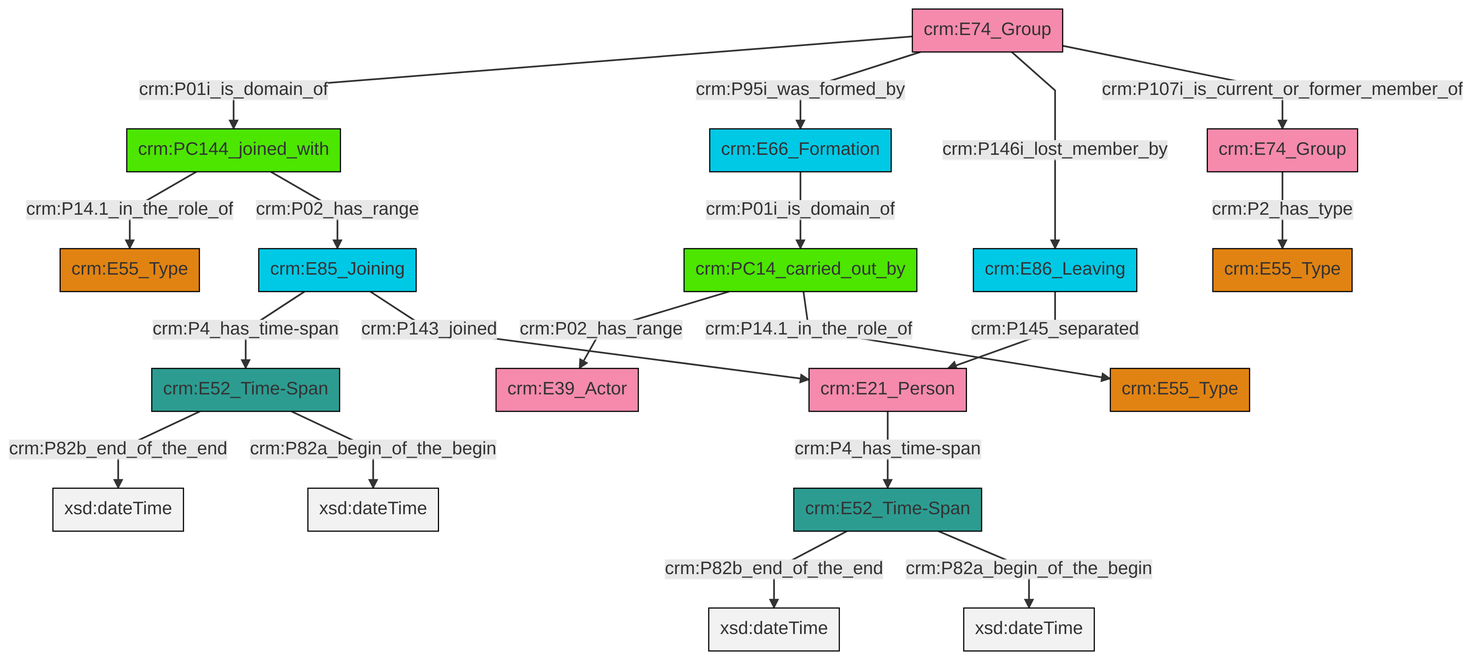
Earlier version of the Mermaid export et/groupCSV/ttl/mmd/png/group_actor_relations.png (swiss-art-research-net/reference-data-models). Its source is kept beside it as et/groupCSV/ttl/mmd/group_actor_relations.ttl.mmd.
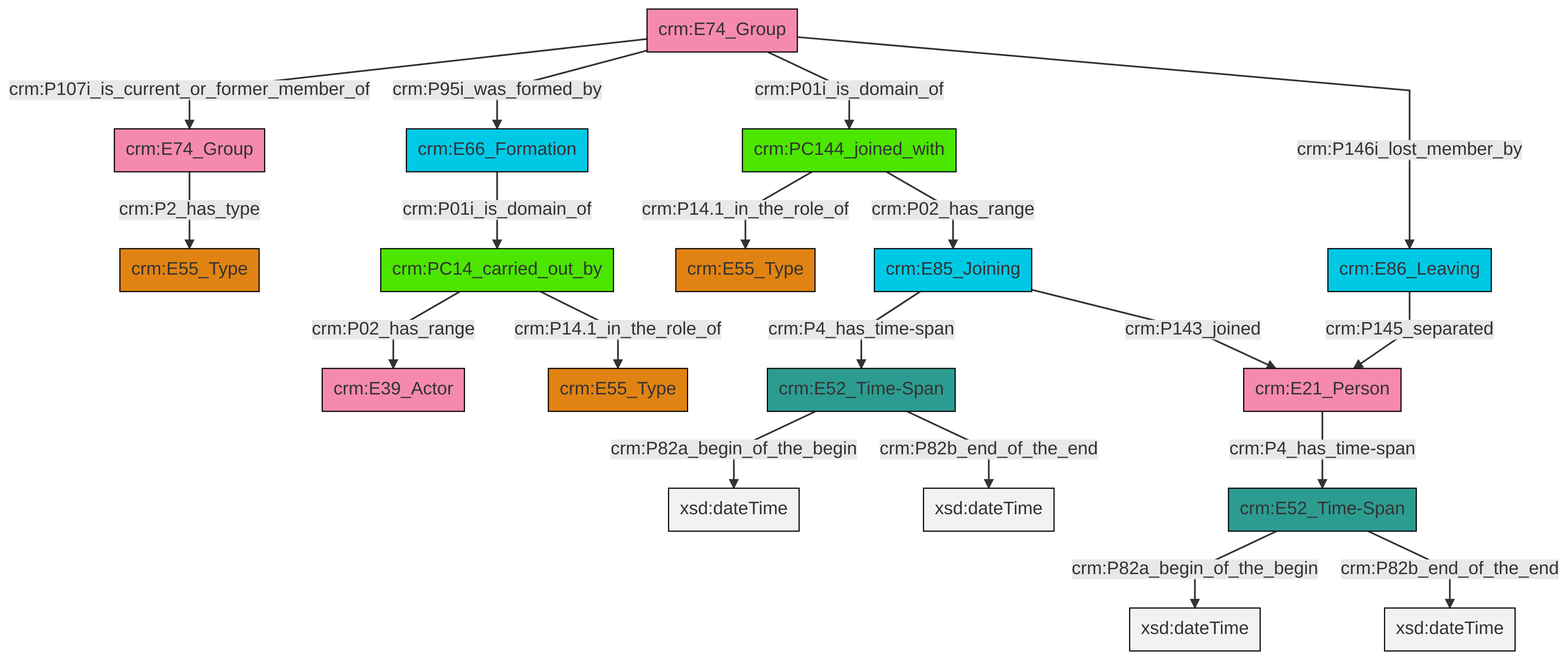
After the commit.

Diff of the diagram source:
```diff
@@ -13,21 +13,21 @@
 classDef PC_Classes fill:#4ce600, stroke:#000000;
 classDef Multi fill:#cccccc,stroke:#000000;
 
-0["crm:E86_Leaving"]:::Temporal_Entity -->|crm:P145_separated| 1["crm:E21_Person"]:::Actor
-3["crm:E85_Joining"]:::Temporal_Entity -->|crm:P4_has_time-span| 4["crm:E52_Time-Span"]:::Time-Span
-4["crm:E52_Time-Span"]:::Time-Span -->|crm:P82b_end_of_the_end| 5[xsd:dateTime]:::Literal
-6["crm:E74_Group"]:::Actor -->|crm:P01i_is_domain_of| 7["crm:PC144_joined_with"]:::PC_Classes
-3["crm:E85_Joining"]:::Temporal_Entity -->|crm:P143_joined| 1["crm:E21_Person"]:::Actor
-8["crm:E74_Group"]:::Actor -->|crm:P2_has_type| 9["crm:E55_Type"]:::Type
-12["crm:E66_Formation"]:::Temporal_Entity -->|crm:P01i_is_domain_of| 13["crm:PC14_carried_out_by"]:::PC_Classes
-7["crm:PC144_joined_with"]:::PC_Classes -->|crm:P14.1_in_the_role_of| 15["crm:E55_Type"]:::Type
-13["crm:PC14_carried_out_by"]:::PC_Classes -->|crm:P02_has_range| 16["crm:E39_Actor"]:::Actor
-13["crm:PC14_carried_out_by"]:::PC_Classes -->|crm:P14.1_in_the_role_of| 10["crm:E55_Type"]:::Type
-24["crm:E52_Time-Span"]:::Time-Span -->|crm:P82b_end_of_the_end| 25[xsd:dateTime]:::Literal
-6["crm:E74_Group"]:::Actor -->|crm:P95i_was_formed_by| 12["crm:E66_Formation"]:::Temporal_Entity
-6["crm:E74_Group"]:::Actor -->|crm:P146i_lost_member_by| 0["crm:E86_Leaving"]:::Temporal_Entity
-6["crm:E74_Group"]:::Actor -->|crm:P107i_is_current_or_former_member_of| 8["crm:E74_Group"]:::Actor
-4["crm:E52_Time-Span"]:::Time-Span -->|crm:P82a_begin_of_the_begin| 30[xsd:dateTime]:::Literal
-24["crm:E52_Time-Span"]:::Time-Span -->|crm:P82a_begin_of_the_begin| 31[xsd:dateTime]:::Literal
-7["crm:PC144_joined_with"]:::PC_Classes -->|crm:P02_has_range| 3["crm:E85_Joining"]:::Temporal_Entity
-1["crm:E21_Person"]:::Actor -->|crm:P4_has_time-span| 24["crm:E52_Time-Span"]:::Time-Span
+2["crm:E52_Time-Span"]:::Time-Span -->|crm:P82a_begin_of_the_begin| 3[xsd:dateTime]:::Literal
+4["crm:E66_Formation"]:::Temporal_Entity -->|crm:P01i_is_domain_of| 5["crm:PC14_carried_out_by"]:::PC_Classes
+10["crm:E85_Joining"]:::Temporal_Entity -->|crm:P4_has_time-span| 2["crm:E52_Time-Span"]:::Time-Span
+13["crm:E74_Group"]:::Actor -->|crm:P2_has_type| 0["crm:E55_Type"]:::Type
+6["crm:E21_Person"]:::Actor -->|crm:P4_has_time-span| 21["crm:E52_Time-Span"]:::Time-Span
+22["crm:E74_Group"]:::Actor -->|crm:P107i_is_current_or_former_member_of| 13["crm:E74_Group"]:::Actor
+22["crm:E74_Group"]:::Actor -->|crm:P95i_was_formed_by| 4["crm:E66_Formation"]:::Temporal_Entity
+21["crm:E52_Time-Span"]:::Time-Span -->|crm:P82a_begin_of_the_begin| 24[xsd:dateTime]:::Literal
+17["crm:PC144_joined_with"]:::PC_Classes -->|crm:P14.1_in_the_role_of| 14["crm:E55_Type"]:::Type
+22["crm:E74_Group"]:::Actor -->|crm:P01i_is_domain_of| 17["crm:PC144_joined_with"]:::PC_Classes
+17["crm:PC144_joined_with"]:::PC_Classes -->|crm:P02_has_range| 10["crm:E85_Joining"]:::Temporal_Entity
+21["crm:E52_Time-Span"]:::Time-Span -->|crm:P82b_end_of_the_end| 31[xsd:dateTime]:::Literal
+10["crm:E85_Joining"]:::Temporal_Entity -->|crm:P143_joined| 6["crm:E21_Person"]:::Actor
+26["crm:E86_Leaving"]:::Temporal_Entity -->|crm:P145_separated| 6["crm:E21_Person"]:::Actor
+2["crm:E52_Time-Span"]:::Time-Span -->|crm:P82b_end_of_the_end| 32[xsd:dateTime]:::Literal
+5["crm:PC14_carried_out_by"]:::PC_Classes -->|crm:P02_has_range| 8["crm:E39_Actor"]:::Actor
+22["crm:E74_Group"]:::Actor -->|crm:P146i_lost_member_by| 26["crm:E86_Leaving"]:::Temporal_Entity
+5["crm:PC14_carried_out_by"]:::PC_Classes -->|crm:P14.1_in_the_role_of| 19["crm:E55_Type"]:::Type
```
